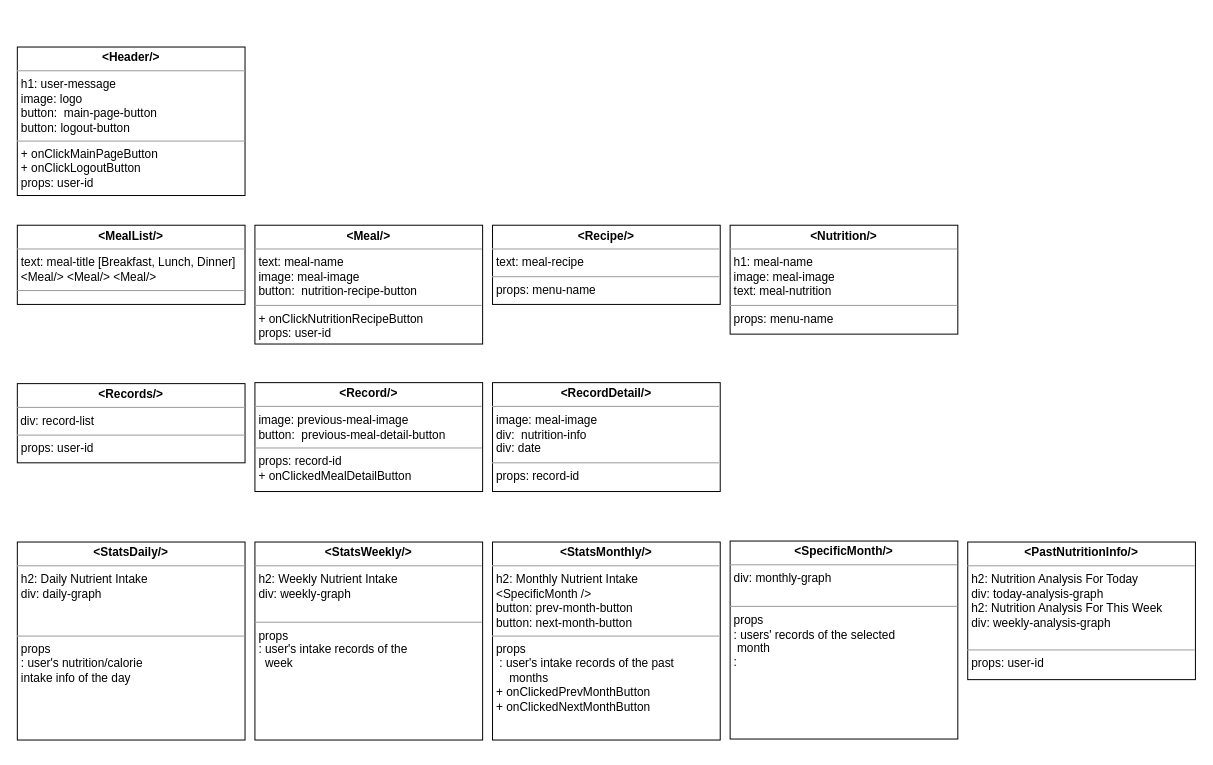
Earlier version of the draw.io diagram diagrams/Component Diagram.drawio (swsnu/swpp2021-team5). Source tidied: cells renumbered, new cells numbered last; positions are measured from the earlier drawing's top-left corner, leaving out a move shared by most shapes. Both pictures are drawn from the tidied source at 99%, with x=0, y=0 at pixel (17, 47).
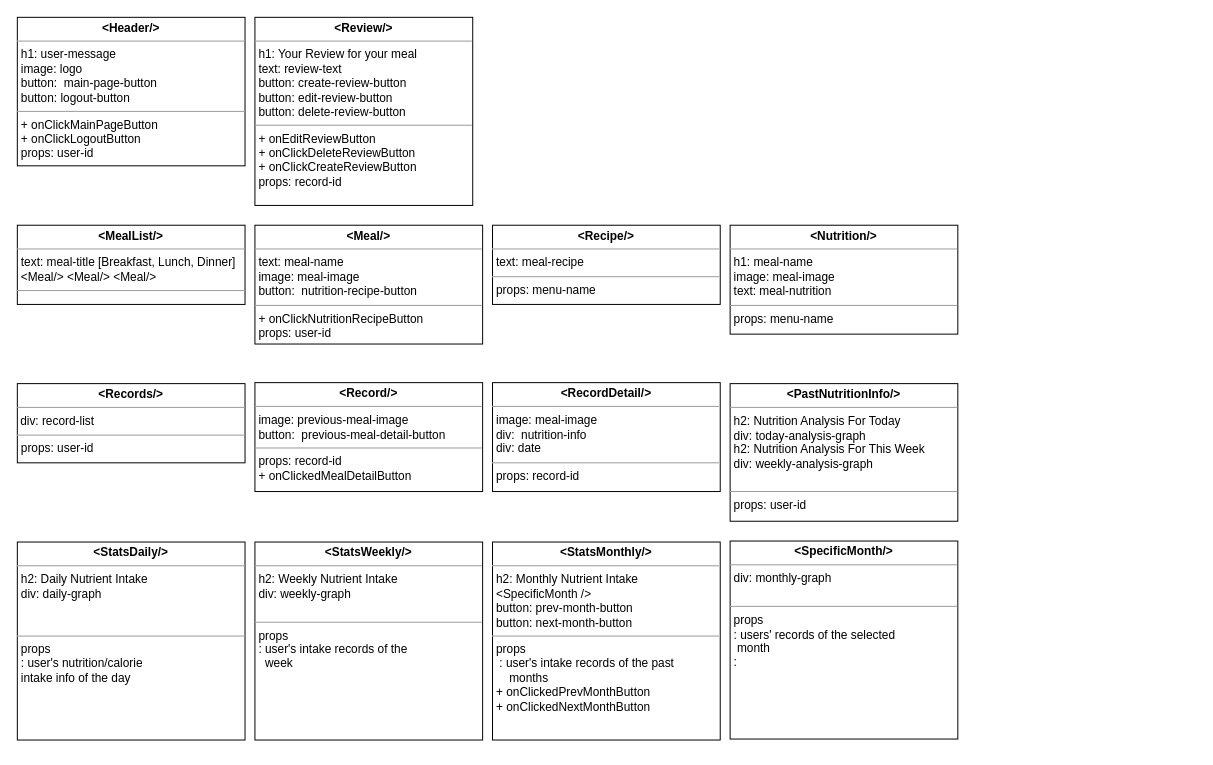
The same page after the edit.

What changed in the source:
```diff
@@
 <mxGraphModel>
   <root>
     <mxCell id="0" />
     <mxCell id="1" parent="0" />
     <mxCell id="2" value="&lt;p style=&quot;margin: 0px ; margin-top: 4px ; text-align: center&quot;&gt;&lt;b&gt;&amp;lt;PastNutritionInfo/&amp;gt;&lt;/b&gt;&lt;/p&gt;&lt;hr size=&quot;1&quot;&gt;&lt;p style=&quot;margin: 0px ; margin-left: 4px&quot;&gt;h2: Nutrition Analysis For Today&lt;/p&gt;&lt;p style=&quot;margin: 0px ; margin-left: 4px&quot;&gt;div: today-analysis-graph&lt;/p&gt;&lt;p style=&quot;margin: 0px ; margin-left: 4px&quot;&gt;h2: Nutrition Analysis For This Week&lt;/p&gt;&lt;p style=&quot;margin: 0px ; margin-left: 4px&quot;&gt;div: weekly-analysis-graph&lt;/p&gt;&lt;p style=&quot;margin: 0px ; margin-left: 4px&quot;&gt;&lt;br&gt;&lt;/p&gt;&lt;hr size=&quot;1&quot;&gt;&lt;p style=&quot;margin: 0px ; margin-left: 4px&quot;&gt;props: user-id&lt;/p&gt;" style="verticalAlign=top;align=left;overflow=fill;fontSize=12;fontFamily=Helvetica;html=1;rounded=0;shadow=0;comic=0;labelBackgroundColor=none;strokeWidth=1;" parent="1" vertex="1">
-      <mxGeometry x="960" y="500" width="230" height="139" as="geometry" />
+      <mxGeometry x="720" y="340" width="230" height="139" as="geometry" />
     </mxCell>
     <mxCell id="3" value="&lt;p style=&quot;margin: 0px ; margin-top: 4px ; text-align: center&quot;&gt;&lt;b&gt;&amp;lt;MealList/&amp;gt;&lt;/b&gt;&lt;/p&gt;&lt;hr size=&quot;1&quot;&gt;&lt;p style=&quot;margin: 0px ; margin-left: 4px&quot;&gt;text: meal-title [Breakfast, Lunch, Dinner]&lt;/p&gt;&lt;p style=&quot;margin: 0px ; margin-left: 4px&quot;&gt;&lt;span&gt;&amp;lt;Meal/&amp;gt; &amp;lt;Meal/&amp;gt; &amp;lt;Meal/&amp;gt;&lt;/span&gt;&lt;/p&gt;&lt;hr size=&quot;1&quot;&gt;&lt;p style=&quot;margin: 0px ; margin-left: 4px&quot;&gt;&lt;br&gt;&lt;/p&gt;" style="verticalAlign=top;align=left;overflow=fill;fontSize=12;fontFamily=Helvetica;html=1;rounded=0;shadow=0;comic=0;labelBackgroundColor=none;strokeWidth=1;" parent="1" vertex="1">
       <mxGeometry y="180" width="230" height="80" as="geometry" />
     </mxCell>
     <mxCell id="4" value="&lt;p style=&quot;margin: 0px ; margin-top: 4px ; text-align: center&quot;&gt;&lt;b&gt;&amp;lt;Meal/&amp;gt;&lt;/b&gt;&lt;/p&gt;&lt;hr size=&quot;1&quot;&gt;&lt;p style=&quot;margin: 0px ; margin-left: 4px&quot;&gt;&lt;span&gt;text: meal-name&lt;/span&gt;&lt;/p&gt;&lt;p style=&quot;margin: 0px ; margin-left: 4px&quot;&gt;image: meal-image&lt;/p&gt;&lt;p style=&quot;margin: 0px ; margin-left: 4px&quot;&gt;&lt;span&gt;button:&amp;nbsp;&amp;nbsp;&lt;/span&gt;&lt;span style=&quot;text-align: center&quot;&gt;nutrition-recipe-button&lt;/span&gt;&lt;br&gt;&lt;/p&gt;&lt;hr size=&quot;1&quot;&gt;&lt;p style=&quot;margin: 0px ; margin-left: 4px&quot;&gt;+ onClickNutritionRecipeButton&lt;/p&gt;&lt;p style=&quot;margin: 0px ; margin-left: 4px&quot;&gt;props: user-id&lt;/p&gt;" style="verticalAlign=top;align=left;overflow=fill;fontSize=12;fontFamily=Helvetica;html=1;rounded=0;shadow=0;comic=0;labelBackgroundColor=none;strokeWidth=1;" parent="1" vertex="1">
       <mxGeometry x="240" y="180" width="230" height="120" as="geometry" />
     </mxCell>
     <mxCell id="5" value="&lt;p style=&quot;margin: 0px ; margin-top: 4px ; text-align: center&quot;&gt;&lt;b&gt;&amp;lt;Recipe/&amp;gt;&lt;/b&gt;&lt;/p&gt;&lt;hr size=&quot;1&quot;&gt;&lt;p style=&quot;margin: 0px ; margin-left: 4px&quot;&gt;text: meal-recipe&lt;/p&gt;&lt;hr size=&quot;1&quot;&gt;&lt;p style=&quot;margin: 0px ; margin-left: 4px&quot;&gt;props: menu-name&lt;/p&gt;" style="verticalAlign=top;align=left;overflow=fill;fontSize=12;fontFamily=Helvetica;html=1;rounded=0;shadow=0;comic=0;labelBackgroundColor=none;strokeWidth=1;" parent="1" vertex="1">
       <mxGeometry x="480" y="180" width="230" height="80" as="geometry" />
     </mxCell>
     <mxCell id="6" value="&lt;p style=&quot;margin: 0px ; margin-top: 4px ; text-align: center&quot;&gt;&lt;b&gt;&amp;lt;Nutrition/&amp;gt;&lt;/b&gt;&lt;/p&gt;&lt;hr size=&quot;1&quot;&gt;&lt;p style=&quot;margin: 0px ; margin-left: 4px&quot;&gt;h1: meal-name&lt;/p&gt;&lt;p style=&quot;margin: 0px ; margin-left: 4px&quot;&gt;&lt;span&gt;image: meal-image&lt;/span&gt;&lt;/p&gt;&lt;p style=&quot;margin: 0px ; margin-left: 4px&quot;&gt;&lt;span&gt;text: meal-nutrition&lt;br&gt;&lt;/span&gt;&lt;/p&gt;&lt;hr size=&quot;1&quot;&gt;&lt;p style=&quot;margin: 0px ; margin-left: 4px&quot;&gt;props: menu-name&lt;/p&gt;" style="verticalAlign=top;align=left;overflow=fill;fontSize=12;fontFamily=Helvetica;html=1;rounded=0;shadow=0;comic=0;labelBackgroundColor=none;strokeWidth=1;" parent="1" vertex="1">
       <mxGeometry x="720" y="180" width="230" height="110" as="geometry" />
     </mxCell>
     <mxCell id="7" value="&lt;p style=&quot;margin: 0px ; margin-top: 4px ; text-align: center&quot;&gt;&lt;b&gt;&amp;lt;Header/&amp;gt;&lt;/b&gt;&lt;/p&gt;&lt;hr size=&quot;1&quot;&gt;&lt;p style=&quot;margin: 0px ; margin-left: 4px&quot;&gt;h1: user-message&lt;/p&gt;&lt;p style=&quot;margin: 0px ; margin-left: 4px&quot;&gt;image: logo&lt;/p&gt;&lt;p style=&quot;margin: 0px ; margin-left: 4px&quot;&gt;&lt;span&gt;button:&amp;nbsp;&amp;nbsp;&lt;/span&gt;&lt;span style=&quot;text-align: center&quot;&gt;main-page-button&lt;/span&gt;&lt;br&gt;&lt;/p&gt;&lt;p style=&quot;margin: 0px ; margin-left: 4px&quot;&gt;&lt;span style=&quot;text-align: center&quot;&gt;button: logout-button&lt;/span&gt;&lt;/p&gt;&lt;hr size=&quot;1&quot;&gt;&lt;p style=&quot;margin: 0px ; margin-left: 4px&quot;&gt;+ onClickMainPageButton&lt;/p&gt;&lt;p style=&quot;margin: 0px ; margin-left: 4px&quot;&gt;+ onClickLogoutButton&lt;/p&gt;&lt;p style=&quot;margin: 0px ; margin-left: 4px&quot;&gt;props: user-id&lt;/p&gt;" style="verticalAlign=top;align=left;overflow=fill;fontSize=12;fontFamily=Helvetica;html=1;rounded=0;shadow=0;comic=0;labelBackgroundColor=none;strokeWidth=1;" parent="1" vertex="1">
-      <mxGeometry width="230" height="150" as="geometry" />
+      <mxGeometry y="-30" width="230" height="150" as="geometry" />
     </mxCell>
     <mxCell id="8" value="&lt;p style=&quot;margin: 0px ; margin-top: 4px ; text-align: center&quot;&gt;&lt;b&gt;&amp;lt;StatsDaily/&amp;gt;&lt;/b&gt;&lt;/p&gt;&lt;hr size=&quot;1&quot;&gt;&lt;p style=&quot;margin: 0px ; margin-left: 4px&quot;&gt;h2: Daily Nutrient Intake&lt;br&gt;&lt;/p&gt;&lt;p style=&quot;margin: 0px ; margin-left: 4px&quot;&gt;div: daily-graph&lt;/p&gt;&lt;p style=&quot;margin: 0px ; margin-left: 4px&quot;&gt;&amp;nbsp;&lt;/p&gt;&lt;p style=&quot;margin: 0px ; margin-left: 4px&quot;&gt;&lt;br&gt;&lt;/p&gt;&lt;hr size=&quot;1&quot;&gt;&lt;p style=&quot;margin: 0px ; margin-left: 4px&quot;&gt;props&lt;/p&gt;&lt;p style=&quot;margin: 0px ; margin-left: 4px&quot;&gt;: user's nutrition/calorie&lt;/p&gt;&lt;p style=&quot;margin: 0px ; margin-left: 4px&quot;&gt;intake info of the day&lt;/p&gt;&lt;p style=&quot;margin: 0px ; margin-left: 4px&quot;&gt;&lt;br&gt;&lt;/p&gt;" style="verticalAlign=top;align=left;overflow=fill;fontSize=12;fontFamily=Helvetica;html=1;rounded=0;shadow=0;comic=0;labelBackgroundColor=none;strokeWidth=1;" parent="1" vertex="1">
       <mxGeometry y="500" width="230" height="200" as="geometry" />
     </mxCell>
     <mxCell id="9" value="&lt;p style=&quot;margin: 0px ; margin-top: 4px ; text-align: center&quot;&gt;&lt;b&gt;&amp;lt;StatsWeekly/&amp;gt;&lt;/b&gt;&lt;/p&gt;&lt;hr size=&quot;1&quot;&gt;&lt;p style=&quot;margin: 0px ; margin-left: 4px&quot;&gt;h2: Weekly Nutrient Intake&lt;br&gt;&lt;/p&gt;&lt;p style=&quot;margin: 0px ; margin-left: 4px&quot;&gt;div: weekly-graph&lt;br&gt;&lt;/p&gt;&lt;p style=&quot;margin: 0px ; margin-left: 4px&quot;&gt;&lt;br&gt;&lt;/p&gt;&lt;hr size=&quot;1&quot;&gt;&lt;p style=&quot;margin: 0px ; margin-left: 4px&quot;&gt;props&lt;/p&gt;&lt;p style=&quot;margin: 0px ; margin-left: 4px&quot;&gt;: user's intake records of the&lt;/p&gt;&lt;p style=&quot;margin: 0px ; margin-left: 4px&quot;&gt;&amp;nbsp; week&lt;br&gt;&lt;/p&gt;" style="verticalAlign=top;align=left;overflow=fill;fontSize=12;fontFamily=Helvetica;html=1;rounded=0;shadow=0;comic=0;labelBackgroundColor=none;strokeWidth=1;" parent="1" vertex="1">
       <mxGeometry x="240" y="500" width="230" height="200" as="geometry" />
     </mxCell>
     <mxCell id="10" value="&lt;p style=&quot;margin: 0px ; margin-top: 4px ; text-align: center&quot;&gt;&lt;b&gt;&amp;lt;StatsMonthly/&amp;gt;&lt;/b&gt;&lt;/p&gt;&lt;hr size=&quot;1&quot;&gt;&lt;p style=&quot;margin: 0px ; margin-left: 4px&quot;&gt;h2: Monthly Nutrient Intake&amp;nbsp;&lt;br&gt;&lt;/p&gt;&lt;p style=&quot;margin: 0px ; margin-left: 4px&quot;&gt;&amp;lt;SpecificMonth /&amp;gt;&lt;/p&gt;&lt;p style=&quot;margin: 0px ; margin-left: 4px&quot;&gt;button: prev-month-button&lt;/p&gt;&lt;p style=&quot;margin: 0px ; margin-left: 4px&quot;&gt;button: next-month-button&lt;/p&gt;&lt;hr size=&quot;1&quot;&gt;&lt;p style=&quot;margin: 0px 0px 0px 4px&quot;&gt;props&lt;/p&gt;&lt;p style=&quot;margin: 0px 0px 0px 4px&quot;&gt;&amp;nbsp;: user's intake records of the past&lt;/p&gt;&lt;p style=&quot;margin: 0px 0px 0px 4px&quot;&gt;&amp;nbsp; &amp;nbsp; months&lt;/p&gt;&lt;p style=&quot;margin: 0px 0px 0px 4px&quot;&gt;+ onClickedPrevMonthButton&lt;/p&gt;&lt;p style=&quot;margin: 0px 0px 0px 4px&quot;&gt;+ onClickedNextMonthButton&lt;/p&gt;" style="verticalAlign=top;align=left;overflow=fill;fontSize=12;fontFamily=Helvetica;html=1;rounded=0;shadow=0;comic=0;labelBackgroundColor=none;strokeWidth=1;" parent="1" vertex="1">
       <mxGeometry x="480" y="500" width="230" height="200" as="geometry" />
     </mxCell>
     <mxCell id="11" style="edgeStyle=orthogonalEdgeStyle;rounded=0;orthogonalLoop=1;jettySize=auto;html=1;exitX=0.5;exitY=1;exitDx=0;exitDy=0;" parent="1" edge="1" source="9" target="9">
       <mxGeometry relative="1" as="geometry" />
     </mxCell>
     <mxCell id="12" value="&lt;p style=&quot;margin: 0px ; margin-top: 4px ; text-align: center&quot;&gt;&lt;b&gt;&amp;lt;SpecificMonth/&amp;gt;&lt;/b&gt;&lt;/p&gt;&lt;hr size=&quot;1&quot;&gt;&lt;p style=&quot;margin: 0px ; margin-left: 4px&quot;&gt;&lt;span&gt;div: monthly-graph&lt;/span&gt;&lt;br&gt;&lt;/p&gt;&lt;p style=&quot;margin: 0px ; margin-left: 4px&quot;&gt;&lt;br&gt;&lt;/p&gt;&lt;hr size=&quot;1&quot;&gt;&lt;p style=&quot;margin: 0px ; margin-left: 4px&quot;&gt;props&lt;/p&gt;&lt;p style=&quot;margin: 0px ; margin-left: 4px&quot;&gt;: users' records of the selected&lt;/p&gt;&lt;p style=&quot;margin: 0px ; margin-left: 4px&quot;&gt;&amp;nbsp;month&lt;/p&gt;&lt;p style=&quot;margin: 0px ; margin-left: 4px&quot;&gt;:&amp;nbsp;&lt;/p&gt;" style="verticalAlign=top;align=left;overflow=fill;fontSize=12;fontFamily=Helvetica;html=1;rounded=0;shadow=0;comic=0;labelBackgroundColor=none;strokeWidth=1;" parent="1" vertex="1">
       <mxGeometry x="720" y="499" width="230" height="200" as="geometry" />
     </mxCell>
     <mxCell id="13" value="&lt;p style=&quot;margin: 0px ; margin-top: 4px ; text-align: center&quot;&gt;&lt;b&gt;&amp;lt;Records/&amp;gt;&lt;/b&gt;&lt;/p&gt;&lt;hr size=&quot;1&quot;&gt;&amp;nbsp;div: record-list&lt;br&gt;&lt;hr size=&quot;1&quot;&gt;&lt;p style=&quot;margin: 0px ; margin-left: 4px&quot;&gt;&lt;span&gt;props: user-id&lt;/span&gt;&lt;br&gt;&lt;/p&gt;" style="verticalAlign=top;align=left;overflow=fill;fontSize=12;fontFamily=Helvetica;html=1;rounded=0;shadow=0;comic=0;labelBackgroundColor=none;strokeWidth=1;" parent="1" vertex="1">
       <mxGeometry y="340" width="230" height="80" as="geometry" />
     </mxCell>
     <mxCell id="14" value="&lt;p style=&quot;margin: 0px ; margin-top: 4px ; text-align: center&quot;&gt;&lt;b&gt;&amp;lt;Record/&amp;gt;&lt;/b&gt;&lt;/p&gt;&lt;hr size=&quot;1&quot;&gt;&lt;p style=&quot;margin: 0px ; margin-left: 4px&quot;&gt;&lt;span&gt;image: previous-meal-image&lt;/span&gt;&lt;br&gt;&lt;/p&gt;&lt;p style=&quot;margin: 0px ; margin-left: 4px&quot;&gt;&lt;span&gt;button:&amp;nbsp;&amp;nbsp;&lt;/span&gt;&lt;span style=&quot;text-align: center&quot;&gt;previous-meal-detail-button&lt;/span&gt;&lt;br&gt;&lt;/p&gt;&lt;hr size=&quot;1&quot;&gt;&lt;p style=&quot;margin: 0px ; margin-left: 4px&quot;&gt;props: record-id&lt;br&gt;&lt;/p&gt;&lt;p style=&quot;margin: 0px ; margin-left: 4px&quot;&gt;+ onClickedMealDetailButton&lt;/p&gt;&lt;p style=&quot;margin: 0px ; margin-left: 4px&quot;&gt;&lt;br&gt;&lt;/p&gt;" style="verticalAlign=top;align=left;overflow=fill;fontSize=12;fontFamily=Helvetica;html=1;rounded=0;shadow=0;comic=0;labelBackgroundColor=none;strokeWidth=1;" parent="1" vertex="1">
       <mxGeometry x="240" y="339" width="230" height="110" as="geometry" />
     </mxCell>
     <mxCell id="15" value="&lt;p style=&quot;margin: 0px ; margin-top: 4px ; text-align: center&quot;&gt;&lt;b&gt;&amp;lt;RecordDetail/&amp;gt;&lt;/b&gt;&lt;/p&gt;&lt;hr size=&quot;1&quot;&gt;&lt;p style=&quot;margin: 0px ; margin-left: 4px&quot;&gt;&lt;span&gt;image: meal-image&lt;/span&gt;&lt;br&gt;&lt;/p&gt;&lt;p style=&quot;margin: 0px ; margin-left: 4px&quot;&gt;&lt;span&gt;div:&amp;nbsp;&amp;nbsp;&lt;/span&gt;&lt;span style=&quot;text-align: center&quot;&gt;nutrition-info&lt;/span&gt;&lt;br&gt;&lt;/p&gt;&lt;p style=&quot;margin: 0px ; margin-left: 4px&quot;&gt;&lt;span style=&quot;text-align: center&quot;&gt;div: date&lt;/span&gt;&lt;/p&gt;&lt;hr size=&quot;1&quot;&gt;&lt;p style=&quot;margin: 0px ; margin-left: 4px&quot;&gt;&lt;span&gt;props: record-id&lt;/span&gt;&lt;br&gt;&lt;/p&gt;" style="verticalAlign=top;align=left;overflow=fill;fontSize=12;fontFamily=Helvetica;html=1;rounded=0;shadow=0;comic=0;labelBackgroundColor=none;strokeWidth=1;" parent="1" vertex="1">
       <mxGeometry x="480" y="339" width="230" height="110" as="geometry" />
     </mxCell>
+    <mxCell id="16" value="&lt;p style=&quot;margin: 0px ; margin-top: 4px ; text-align: center&quot;&gt;&lt;b&gt;&amp;lt;Review/&amp;gt;&lt;/b&gt;&lt;/p&gt;&lt;hr size=&quot;1&quot;&gt;&lt;p style=&quot;margin: 0px ; margin-left: 4px&quot;&gt;h1: Your Review for your meal&lt;/p&gt;&lt;p style=&quot;margin: 0px ; margin-left: 4px&quot;&gt;text: review-text&lt;/p&gt;&lt;p style=&quot;margin: 0px ; margin-left: 4px&quot;&gt;button: create-review-button&lt;/p&gt;&lt;p style=&quot;margin: 0px ; margin-left: 4px&quot;&gt;button: edit-review-button&lt;/p&gt;&lt;p style=&quot;margin: 0px ; margin-left: 4px&quot;&gt;button: delete-review-button&lt;br&gt;&lt;/p&gt;&lt;hr size=&quot;1&quot;&gt;&lt;p style=&quot;margin: 0px ; margin-left: 4px&quot;&gt;+ onEditReviewButton&lt;/p&gt;&lt;p style=&quot;margin: 0px ; margin-left: 4px&quot;&gt;+ onClickDeleteReviewButton&lt;/p&gt;&lt;p style=&quot;margin: 0px ; margin-left: 4px&quot;&gt;+ onClickCreateReviewButton&lt;/p&gt;&lt;p style=&quot;margin: 0px ; margin-left: 4px&quot;&gt;props: record-id&lt;/p&gt;" style="verticalAlign=top;align=left;overflow=fill;fontSize=12;fontFamily=Helvetica;html=1;rounded=0;shadow=0;comic=0;labelBackgroundColor=none;strokeWidth=1;" parent="1" vertex="1">
+      <mxGeometry x="240" y="-30" width="220" height="190" as="geometry" />
+    </mxCell>
   </root>
 </mxGraphModel>
```
